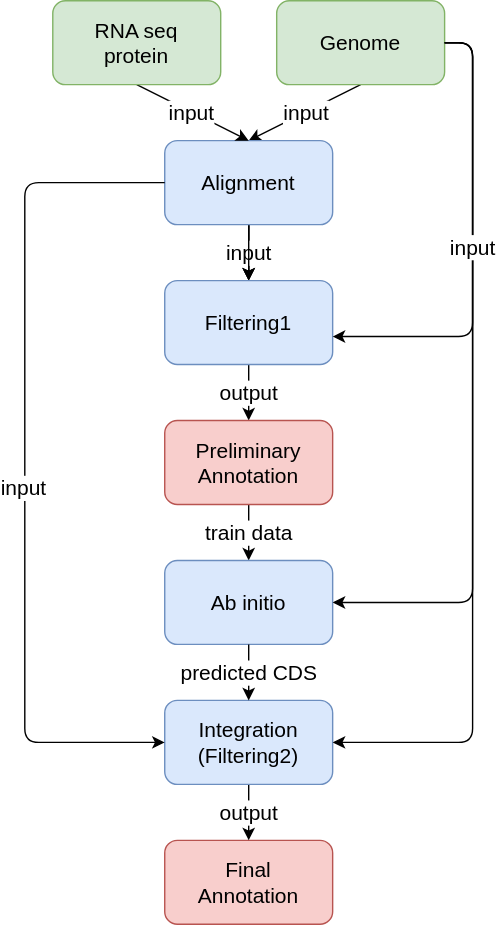
hibiki-kato/ChimAnn keeps this draw.io diagram as docs/assets/pipeline_overall.drawio.svg. Above is the earlier version. Source tidied: cells renumbered, new cells last; positions are measured from the earlier drawing's top-left corner, leaving out a move shared by most shapes. The source it was exported from:
```xml
<mxGraphModel>
  <root>
    <mxCell id="0" />
    <mxCell id="1" parent="0" />
    <mxCell id="2" value="input" style="edgeStyle=none;html=1;exitX=0.5;exitY=1;exitDx=0;exitDy=0;entryX=0.5;entryY=0;entryDx=0;entryDy=0;fontSize=15;" parent="1" edge="1" source="4" target="8">
      <mxGeometry x="-0.02" relative="1" as="geometry" />
    </mxCell>
    <mxCell id="3" style="edgeStyle=none;html=1;exitX=0.5;exitY=1;exitDx=0;exitDy=0;entryX=0.5;entryY=0;entryDx=0;entryDy=0;fontSize=15;" parent="1" edge="1" source="8" target="10">
      <mxGeometry relative="1" as="geometry" />
    </mxCell>
    <mxCell id="4" value="Genome" style="rounded=1;whiteSpace=wrap;html=1;fontSize=15;fillColor=#d5e8d4;strokeColor=#82b366;" parent="1" vertex="1">
      <mxGeometry x="180" width="120" height="60" as="geometry" />
    </mxCell>
    <mxCell id="5" value="train data" style="edgeStyle=none;html=1;entryX=0.5;entryY=0;entryDx=0;entryDy=0;fontSize=15;" parent="1" edge="1" source="24" target="12">
      <mxGeometry relative="1" as="geometry" />
    </mxCell>
    <mxCell id="6" value="input" style="edgeStyle=none;html=1;fontSize=15;" parent="1" edge="1" target="10">
      <mxGeometry relative="1" as="geometry">
        <mxPoint x="160" y="160" as="sourcePoint" />
      </mxGeometry>
    </mxCell>
    <mxCell id="7" style="edgeStyle=none;html=1;" parent="1" edge="1" source="8" target="10">
      <mxGeometry relative="1" as="geometry" />
    </mxCell>
    <mxCell id="8" value="&lt;div&gt;Alignment&lt;/div&gt;" style="rounded=1;whiteSpace=wrap;html=1;fontSize=15;fillColor=#dae8fc;strokeColor=#6c8ebf;" parent="1" vertex="1">
      <mxGeometry x="100" y="100" width="120" height="60" as="geometry" />
    </mxCell>
    <mxCell id="9" value="output" style="edgeStyle=none;html=1;exitX=0.5;exitY=1;exitDx=0;exitDy=0;entryX=0.5;entryY=0;entryDx=0;entryDy=0;fontSize=15;" parent="1" edge="1" source="10" target="24">
      <mxGeometry relative="1" as="geometry" />
    </mxCell>
    <mxCell id="10" value="Filtering1" style="rounded=1;whiteSpace=wrap;html=1;fontSize=15;fillColor=#dae8fc;strokeColor=#6c8ebf;" parent="1" vertex="1">
      <mxGeometry x="100" y="200" width="120" height="60" as="geometry" />
    </mxCell>
    <mxCell id="11" value="&lt;div&gt;Final&lt;/div&gt;Annotation" style="rounded=1;whiteSpace=wrap;html=1;fontSize=15;fillColor=#f8cecc;strokeColor=#b85450;" parent="1" vertex="1">
      <mxGeometry x="100" y="600" width="120" height="60" as="geometry" />
    </mxCell>
    <mxCell id="12" value="Ab initio" style="rounded=1;whiteSpace=wrap;html=1;fontSize=15;fillColor=#dae8fc;strokeColor=#6c8ebf;" parent="1" vertex="1">
      <mxGeometry x="100" y="400" width="120" height="60" as="geometry" />
    </mxCell>
    <mxCell id="13" style="edgeStyle=orthogonalEdgeStyle;html=1;entryX=1;entryY=0.5;entryDx=0;entryDy=0;fontSize=15;" parent="1" edge="1" target="12">
      <mxGeometry relative="1" as="geometry">
        <mxPoint x="300" y="30" as="sourcePoint" />
        <Array as="points">
          <mxPoint x="320" y="30" />
          <mxPoint x="320" y="430" />
        </Array>
      </mxGeometry>
    </mxCell>
    <mxCell id="14" value="output" style="edgeStyle=none;html=1;exitX=0.5;exitY=1;exitDx=0;exitDy=0;entryX=0.5;entryY=0;entryDx=0;entryDy=0;fontSize=15;" parent="1" edge="1" source="15" target="11">
      <mxGeometry relative="1" as="geometry" />
    </mxCell>
    <mxCell id="15" value="&lt;div&gt;Integration&lt;/div&gt;(Filtering2)" style="rounded=1;whiteSpace=wrap;html=1;fontSize=15;fillColor=#dae8fc;strokeColor=#6c8ebf;" parent="1" vertex="1">
      <mxGeometry x="100" y="500" width="120" height="60" as="geometry" />
    </mxCell>
    <mxCell id="16" value="predicted CDS" style="edgeStyle=none;html=1;fontSize=15;exitX=0.5;exitY=1;exitDx=0;exitDy=0;entryX=0.5;entryY=0;entryDx=0;entryDy=0;" parent="1" edge="1" source="12" target="15">
      <mxGeometry relative="1" as="geometry" />
    </mxCell>
    <mxCell id="17" style="edgeStyle=orthogonalEdgeStyle;html=1;entryX=0;entryY=0.5;entryDx=0;entryDy=0;fontSize=15;exitX=0;exitY=0.5;exitDx=0;exitDy=0;" parent="1" edge="1" source="8" target="15">
      <mxGeometry relative="1" as="geometry">
        <Array as="points">
          <mxPoint y="130" />
          <mxPoint y="530" />
        </Array>
      </mxGeometry>
    </mxCell>
    <mxCell id="18" value="input" style="edgeLabel;html=1;align=center;verticalAlign=middle;fontSize=15;" parent="17" vertex="1">
      <mxGeometry x="0.06" y="-2" relative="1" as="geometry">
        <mxPoint y="-1" as="offset" />
      </mxGeometry>
    </mxCell>
    <mxCell id="19" style="edgeStyle=orthogonalEdgeStyle;html=1;entryX=1;entryY=0.5;entryDx=0;entryDy=0;fontSize=15;" parent="1" edge="1" target="15">
      <mxGeometry relative="1" as="geometry">
        <mxPoint x="300" y="30" as="sourcePoint" />
        <Array as="points">
          <mxPoint x="320" y="30" />
          <mxPoint x="320" y="530" />
        </Array>
      </mxGeometry>
    </mxCell>
    <mxCell id="20" value="input" style="edgeStyle=orthogonalEdgeStyle;html=1;fontSize=15;" parent="1" edge="1">
      <mxGeometry relative="1" as="geometry">
        <mxPoint x="300" y="30" as="sourcePoint" />
        <mxPoint x="220" y="240" as="targetPoint" />
        <Array as="points">
          <mxPoint x="300" y="30" />
          <mxPoint x="320" y="30" />
          <mxPoint x="320" y="240" />
        </Array>
      </mxGeometry>
    </mxCell>
    <mxCell id="21" value="input" style="edgeStyle=none;html=1;exitX=0.5;exitY=1;exitDx=0;exitDy=0;entryX=0.5;entryY=0;entryDx=0;entryDy=0;fontSize=15;" parent="1" edge="1" source="22" target="8">
      <mxGeometry x="0.01" relative="1" as="geometry" />
    </mxCell>
    <mxCell id="22" value="RNA seq&lt;div&gt;protein&lt;/div&gt;" style="rounded=1;whiteSpace=wrap;html=1;fontSize=15;fillColor=#d5e8d4;strokeColor=#82b366;" parent="1" vertex="1">
      <mxGeometry x="20" width="120" height="60" as="geometry" />
    </mxCell>
    <mxCell id="23" style="edgeStyle=none;html=1;entryX=0.5;entryY=0;entryDx=0;entryDy=0;fontSize=15;" parent="1" edge="1" target="24">
      <mxGeometry relative="1" as="geometry">
        <mxPoint x="160" y="340" as="sourcePoint" />
      </mxGeometry>
    </mxCell>
    <mxCell id="24" value="&lt;div&gt;&lt;font face=&quot;Helvetica&quot;&gt;Preliminary&lt;/font&gt;&lt;/div&gt;&lt;font face=&quot;Helvetica&quot;&gt;Annotation&lt;/font&gt;" style="rounded=1;whiteSpace=wrap;html=1;fontSize=15;fillColor=#f8cecc;strokeColor=#b85450;fontStyle=0;" parent="1" vertex="1">
      <mxGeometry x="100" y="300" width="120" height="60" as="geometry" />
    </mxCell>
  </root>
</mxGraphModel>
```
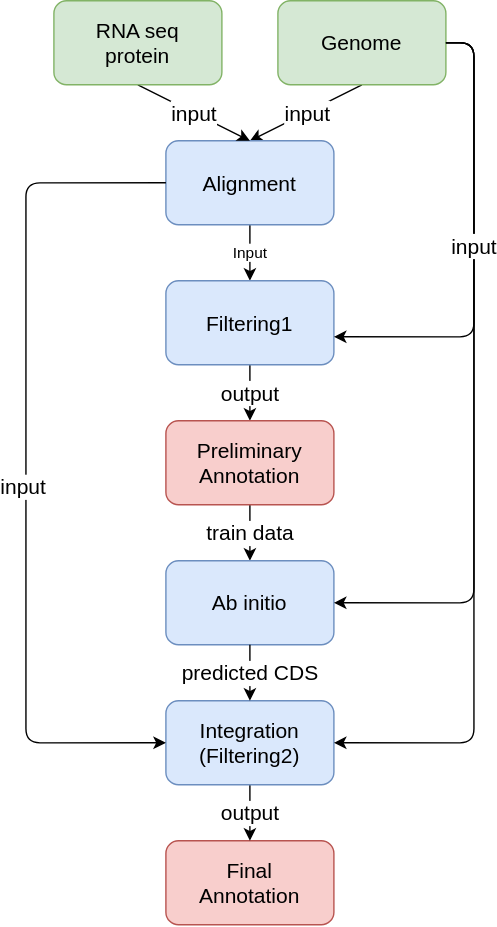
Above is the later version.

Commit message:
Point at published sitescore weights (sitescore fetch)

What changed in the source:
```diff
@@ -5,23 +5,15 @@
     <mxCell id="2" value="input" style="edgeStyle=none;html=1;exitX=0.5;exitY=1;exitDx=0;exitDy=0;entryX=0.5;entryY=0;entryDx=0;entryDy=0;fontSize=15;" parent="1" edge="1" source="4" target="8">
       <mxGeometry x="-0.02" relative="1" as="geometry" />
     </mxCell>
-    <mxCell id="3" style="edgeStyle=none;html=1;exitX=0.5;exitY=1;exitDx=0;exitDy=0;entryX=0.5;entryY=0;entryDx=0;entryDy=0;fontSize=15;" parent="1" edge="1" source="8" target="10">
-      <mxGeometry relative="1" as="geometry" />
-    </mxCell>
     <mxCell id="4" value="Genome" style="rounded=1;whiteSpace=wrap;html=1;fontSize=15;fillColor=#d5e8d4;strokeColor=#82b366;" parent="1" vertex="1">
       <mxGeometry x="180" width="120" height="60" as="geometry" />
     </mxCell>
     <mxCell id="5" value="train data" style="edgeStyle=none;html=1;entryX=0.5;entryY=0;entryDx=0;entryDy=0;fontSize=15;" parent="1" edge="1" source="24" target="12">
       <mxGeometry relative="1" as="geometry" />
     </mxCell>
-    <mxCell id="6" value="input" style="edgeStyle=none;html=1;fontSize=15;" parent="1" edge="1" target="10">
-      <mxGeometry relative="1" as="geometry">
-        <mxPoint x="160" y="160" as="sourcePoint" />
-      </mxGeometry>
-    </mxCell>
-    <mxCell id="7" style="edgeStyle=none;html=1;" parent="1" edge="1" source="8" target="10">
-      <mxGeometry relative="1" as="geometry" />
-    </mxCell>
+    <mxCell id="25" value="Input" style="edgeStyle=none;html=1;exitX=0.5;exitY=1;exitDx=0;exitDy=0;entryX=0.5;entryY=0;entryDx=0;entryDy=0;" parent="1" edge="1" source="8" target="10">
+      <mxGeometry relative="1" as="geometry" />
+    </mxCell>
     <mxCell id="8" value="&lt;div&gt;Alignment&lt;/div&gt;" style="rounded=1;whiteSpace=wrap;html=1;fontSize=15;fillColor=#dae8fc;strokeColor=#6c8ebf;" parent="1" vertex="1">
       <mxGeometry x="100" y="100" width="120" height="60" as="geometry" />
     </mxCell>
```
